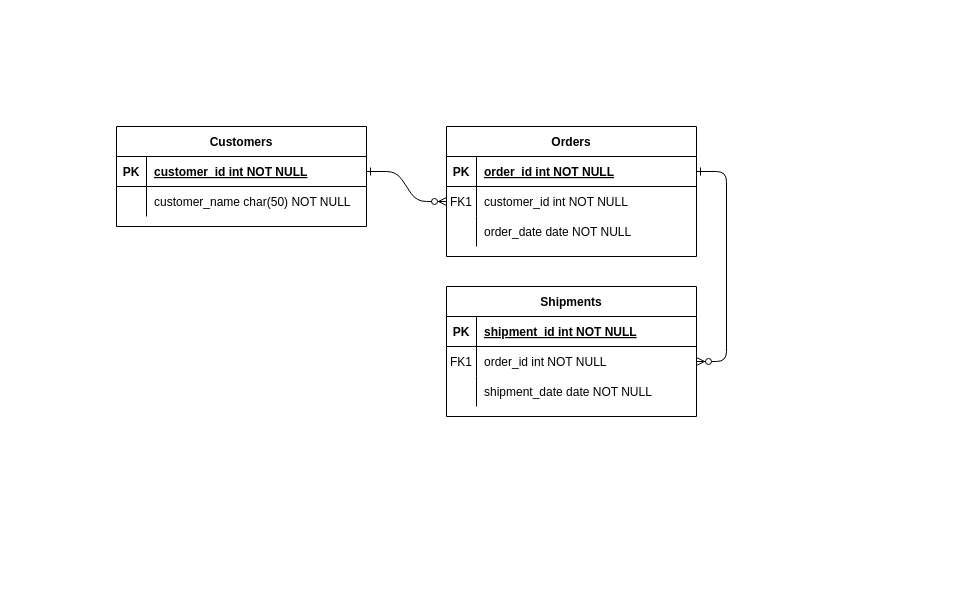
Before: ConfeitariaSistema.drawio in JeanPierre988/test, a draw.io diagram. Source tidied: cells renumbered, new cells numbered last; positions are measured from the earlier drawing's top-left corner, leaving out a move shared by most shapes. Both pictures are drawn from the tidied source at 100%, with x=0, y=0 at pixel (116, 126).
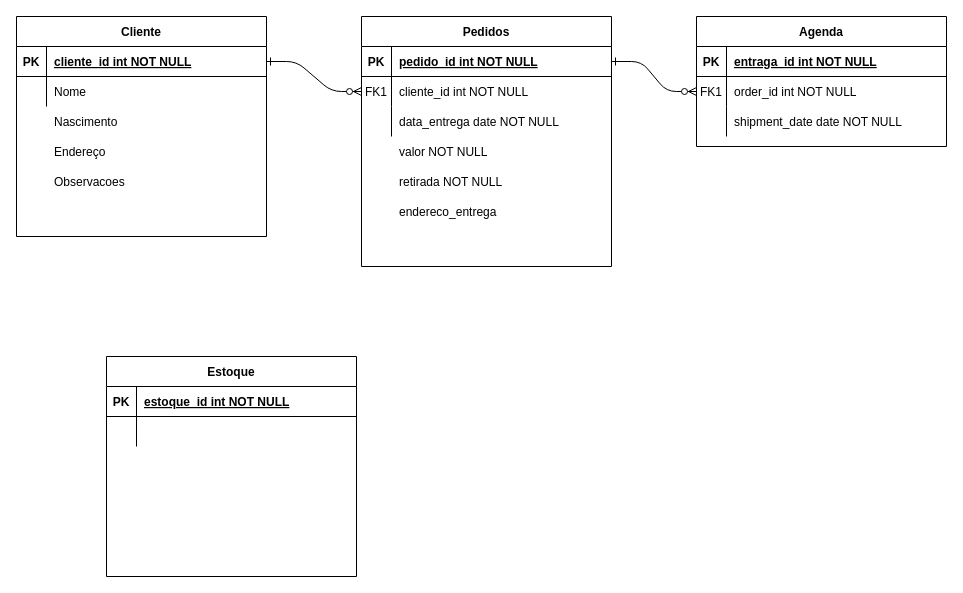
The same page after the edit.

Unchanged cells that the change refers to:
```xml
<mxCell id="5" style="shape=partialRectangle;fillColor=none;points=[[0,0.5],[1,0.5]];portConstraint=eastwest;top=0;left=0;right=0;bottom=1;" parent="4" vertex="1">
  <mxGeometry y="30" width="250" height="30" as="geometry" />
</mxCell>
<mxCell id="8" style="shape=partialRectangle;fillColor=none;points=[[0,0.5],[1,0.5]];portConstraint=eastwest;top=0;left=0;right=0;bottom=0;" parent="4" vertex="1">
  <mxGeometry y="60" width="250" height="30" as="geometry" />
</mxCell>
<mxCell id="11" style="shape=partialRectangle;fillColor=none;top=0;left=0;right=0;bottom=0;" parent="4" vertex="1">
  <mxGeometry y="90" width="250" height="30" as="geometry" />
</mxCell>
<mxCell id="15" style="shape=partialRectangle;fillColor=none;top=0;left=0;right=0;bottom=1;" parent="14" vertex="1">
  <mxGeometry y="30" width="250" height="30" as="geometry" />
</mxCell>
<mxCell id="25" style="shape=partialRectangle;fillColor=none;points=[[0,0.5],[1,0.5]];portConstraint=eastwest;top=0;left=0;right=0;bottom=1;" parent="24" vertex="1">
  <mxGeometry y="30" width="250" height="30" as="geometry" />
</mxCell>
<mxCell id="28" style="shape=partialRectangle;fillColor=none;top=0;left=0;right=0;bottom=0;" parent="24" vertex="1">
  <mxGeometry y="60" width="250" height="30" as="geometry" />
</mxCell>
```

Change to the diagram source:
```diff
@@
-    <mxCell id="4" value="Orders" style="shape=table;startSize=30;childLayout=tableLayout;rowLines=0;fontStyle=1;align=center;" parent="1" vertex="1">
-      <mxGeometry x="330" width="250" height="130" as="geometry" />
+    <mxCell id="4" value="Pedidos" style="shape=table;startSize=30;childLayout=tableLayout;rowLines=0;fontStyle=1;align=center;" parent="1" vertex="1">
+      <mxGeometry x="245" y="-110" width="250" height="250" as="geometry" />
     </mxCell>
@@
-    <mxCell id="7" value="order_id int NOT NULL " style="shape=partialRectangle;overflow=hidden;fillColor=none;top=0;left=0;bottom=0;right=0;align=left;spacingLeft=6;fontStyle=5;" parent="5" vertex="1">
+    <mxCell id="7" value="pedido_id int NOT NULL " style="shape=partialRectangle;overflow=hidden;fillColor=none;top=0;left=0;bottom=0;right=0;align=left;spacingLeft=6;fontStyle=5;" parent="5" vertex="1">
       <mxGeometry x="30" width="220" height="30" as="geometry" />
     </mxCell>
@@
-    <mxCell id="10" value="customer_id int NOT NULL" style="shape=partialRectangle;overflow=hidden;fillColor=none;top=0;left=0;bottom=0;right=0;align=left;spacingLeft=6;" parent="8" vertex="1">
+    <mxCell id="10" value="cliente_id int NOT NULL" style="shape=partialRectangle;overflow=hidden;fillColor=none;top=0;left=0;bottom=0;right=0;align=left;spacingLeft=6;" parent="8" vertex="1">
       <mxGeometry x="30" width="220" height="30" as="geometry" />
     </mxCell>
@@
-    <mxCell id="13" value="order_date date NOT NULL" style="shape=partialRectangle;overflow=hidden;fillColor=none;top=0;left=0;bottom=0;right=0;align=left;spacingLeft=6;" parent="11" vertex="1">
+    <mxCell id="13" value="data_entrega date NOT NULL" style="shape=partialRectangle;overflow=hidden;fillColor=none;top=0;left=0;bottom=0;right=0;align=left;spacingLeft=6;" parent="11" vertex="1">
       <mxGeometry x="30" width="220" height="30" as="geometry" />
     </mxCell>
-    <mxCell id="14" value="Shipments" style="shape=table;startSize=30;childLayout=tableLayout;rowLines=0;fontStyle=1;align=center;" parent="1" vertex="1">
-      <mxGeometry x="330" y="160" width="250" height="130" as="geometry" />
+    <mxCell id="14" value="Agenda" style="shape=table;startSize=30;childLayout=tableLayout;rowLines=0;fontStyle=1;align=center;" parent="1" vertex="1">
+      <mxGeometry x="580" y="-110" width="250" height="130" as="geometry" />
     </mxCell>
@@
-    <mxCell id="17" value="shipment_id int NOT NULL " style="shape=partialRectangle;overflow=hidden;fillColor=none;top=0;left=0;bottom=0;right=0;align=left;spacingLeft=6;fontStyle=5;" parent="15" vertex="1">
+    <mxCell id="17" value="entraga_id int NOT NULL " style="shape=partialRectangle;overflow=hidden;fillColor=none;top=0;left=0;bottom=0;right=0;align=left;spacingLeft=6;fontStyle=5;" parent="15" vertex="1">
       <mxGeometry x="30" width="220" height="30" as="geometry" />
     </mxCell>
@@
-    <mxCell id="24" value="Customers" style="shape=table;startSize=30;childLayout=tableLayout;rowLines=0;fontStyle=1;align=center;" parent="1" vertex="1">
-      <mxGeometry width="250" height="100" as="geometry" />
+    <mxCell id="24" value="Cliente" style="shape=table;startSize=30;childLayout=tableLayout;rowLines=0;fontStyle=1;align=center;" parent="1" vertex="1">
+      <mxGeometry x="-100" y="-110" width="250" height="220" as="geometry" />
     </mxCell>
@@
-    <mxCell id="27" value="customer_id int NOT NULL " style="shape=partialRectangle;overflow=hidden;fillColor=none;top=0;left=0;bottom=0;right=0;align=left;spacingLeft=6;fontStyle=5;" parent="25" vertex="1">
+    <mxCell id="27" value="cliente_id int NOT NULL " style="shape=partialRectangle;overflow=hidden;fillColor=none;top=0;left=0;bottom=0;right=0;align=left;spacingLeft=6;fontStyle=5;" parent="25" vertex="1">
       <mxGeometry x="30" width="220" height="30" as="geometry" />
     </mxCell>
@@
-    <mxCell id="30" value="customer_name char(50) NOT NULL" style="shape=partialRectangle;overflow=hidden;fillColor=none;top=0;left=0;bottom=0;right=0;align=left;spacingLeft=6;" parent="28" vertex="1">
+    <mxCell id="30" style="shape=partialRectangle;overflow=hidden;fillColor=none;top=0;left=0;bottom=0;right=0;align=left;spacingLeft=6;" parent="28" vertex="1">
       <mxGeometry x="30" width="220" height="30" as="geometry" />
     </mxCell>
+    <mxCell id="31" value="Nome" style="shape=partialRectangle;overflow=hidden;fillColor=none;top=0;left=0;bottom=0;right=0;align=left;spacingLeft=6;" parent="1" vertex="1">
+      <mxGeometry x="-70" y="-50" width="220" height="30" as="geometry" />
+    </mxCell>
+    <mxCell id="32" value="Nascimento" style="shape=partialRectangle;overflow=hidden;fillColor=none;top=0;left=0;bottom=0;right=0;align=left;spacingLeft=6;" parent="1" vertex="1">
+      <mxGeometry x="-70" y="-20" width="220" height="30" as="geometry" />
+    </mxCell>
+    <mxCell id="33" value="Endereço" style="shape=partialRectangle;overflow=hidden;fillColor=none;top=0;left=0;bottom=0;right=0;align=left;spacingLeft=6;" parent="1" vertex="1">
+      <mxGeometry x="-70" y="10" width="220" height="30" as="geometry" />
+    </mxCell>
+    <mxCell id="34" value="Observacoes" style="shape=partialRectangle;overflow=hidden;fillColor=none;top=0;left=0;bottom=0;right=0;align=left;spacingLeft=6;" parent="1" vertex="1">
+      <mxGeometry x="-70" y="40" width="220" height="30" as="geometry" />
+    </mxCell>
+    <mxCell id="35" value="valor NOT NULL" style="shape=partialRectangle;overflow=hidden;fillColor=none;top=0;left=0;bottom=0;right=0;align=left;spacingLeft=6;" parent="1" vertex="1">
+      <mxGeometry x="275" y="10" width="220" height="30" as="geometry" />
+    </mxCell>
+    <mxCell id="36" value="retirada NOT NULL" style="shape=partialRectangle;overflow=hidden;fillColor=none;top=0;left=0;bottom=0;right=0;align=left;spacingLeft=6;" parent="1" vertex="1">
+      <mxGeometry x="275" y="40" width="220" height="30" as="geometry" />
+    </mxCell>
+    <mxCell id="37" value="endereco_entrega" style="shape=partialRectangle;overflow=hidden;fillColor=none;top=0;left=0;bottom=0;right=0;align=left;spacingLeft=6;" parent="1" vertex="1">
+      <mxGeometry x="275" y="70" width="220" height="30" as="geometry" />
+    </mxCell>
+    <mxCell id="38" value="Estoque" style="shape=table;startSize=30;childLayout=tableLayout;rowLines=0;fontStyle=1;align=center;" parent="1" vertex="1">
+      <mxGeometry x="-10" y="230" width="250" height="220" as="geometry" />
+    </mxCell>
+    <mxCell id="39" style="shape=partialRectangle;fillColor=none;top=0;left=0;right=0;bottom=1;" parent="38" vertex="1">
+      <mxGeometry y="30" width="250" height="30" as="geometry" />
+    </mxCell>
+    <mxCell id="40" value="PK" style="shape=partialRectangle;overflow=hidden;fillColor=none;top=0;left=0;bottom=0;right=0;fontStyle=1;" parent="39" vertex="1">
+      <mxGeometry width="30" height="30" as="geometry" />
+    </mxCell>
+    <mxCell id="41" value="estoque_id int NOT NULL " style="shape=partialRectangle;overflow=hidden;fillColor=none;top=0;left=0;bottom=0;right=0;align=left;spacingLeft=6;fontStyle=5;" parent="39" vertex="1">
+      <mxGeometry x="30" width="220" height="30" as="geometry" />
+    </mxCell>
+    <mxCell id="42" style="shape=partialRectangle;fillColor=none;top=0;left=0;right=0;bottom=0;" parent="38" vertex="1">
+      <mxGeometry y="60" width="250" height="30" as="geometry" />
+    </mxCell>
+    <mxCell id="43" style="shape=partialRectangle;overflow=hidden;fillColor=none;top=0;left=0;bottom=0;right=0;" parent="42" vertex="1">
+      <mxGeometry width="30" height="30" as="geometry" />
+    </mxCell>
+    <mxCell id="44" style="shape=partialRectangle;overflow=hidden;fillColor=none;top=0;left=0;bottom=0;right=0;align=left;spacingLeft=6;" parent="42" vertex="1">
+      <mxGeometry x="30" width="220" height="30" as="geometry" />
+    </mxCell>
```
